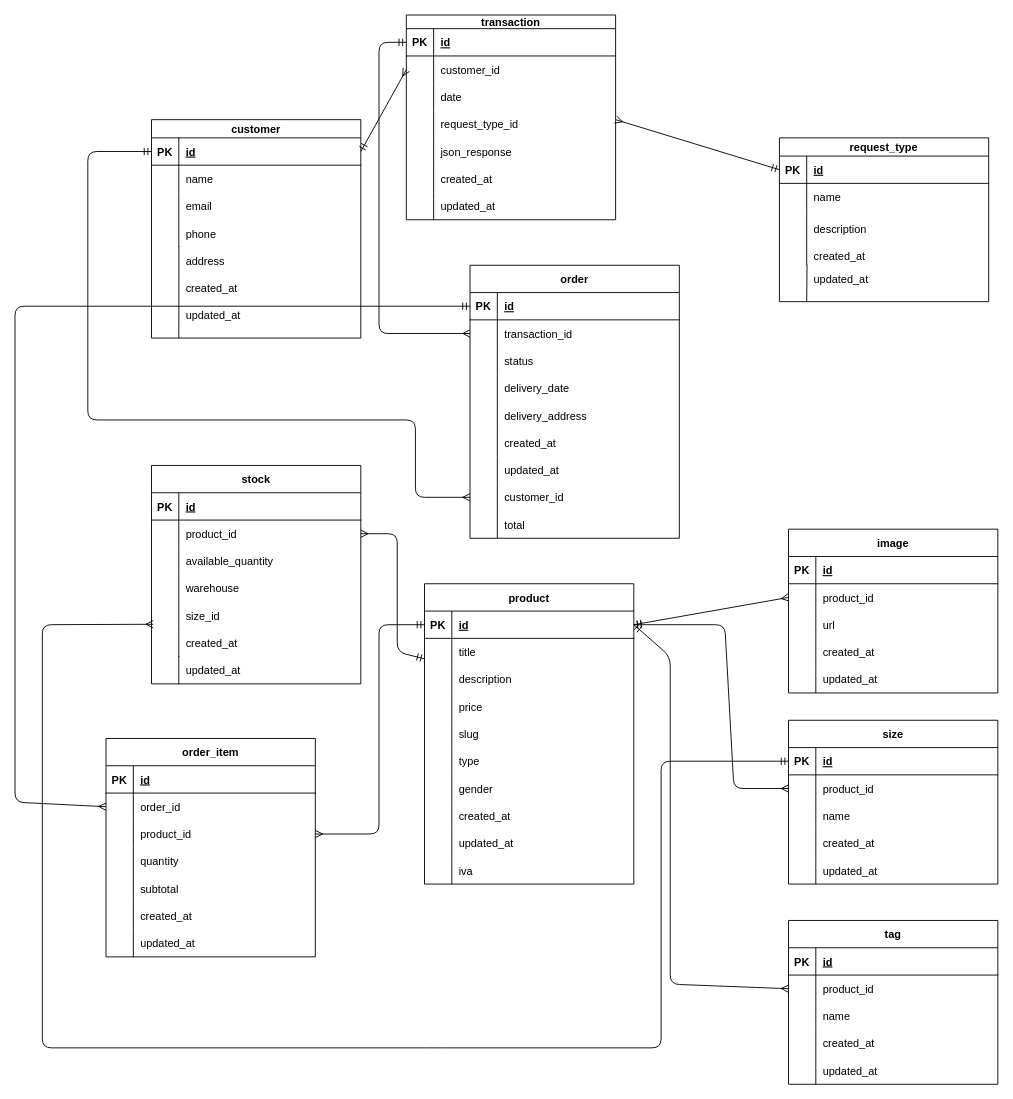
yosee1441/api-wompo-shop keeps this draw.io diagram as ER.drawio. Above is the earlier version. Source tidied: cells renumbered, new cells numbered last; positions are measured from the earlier drawing's top-left corner, leaving out a move shared by most shapes. Both pictures are drawn from the tidied source at 91%, with x=0, y=0 at pixel (15, 15).
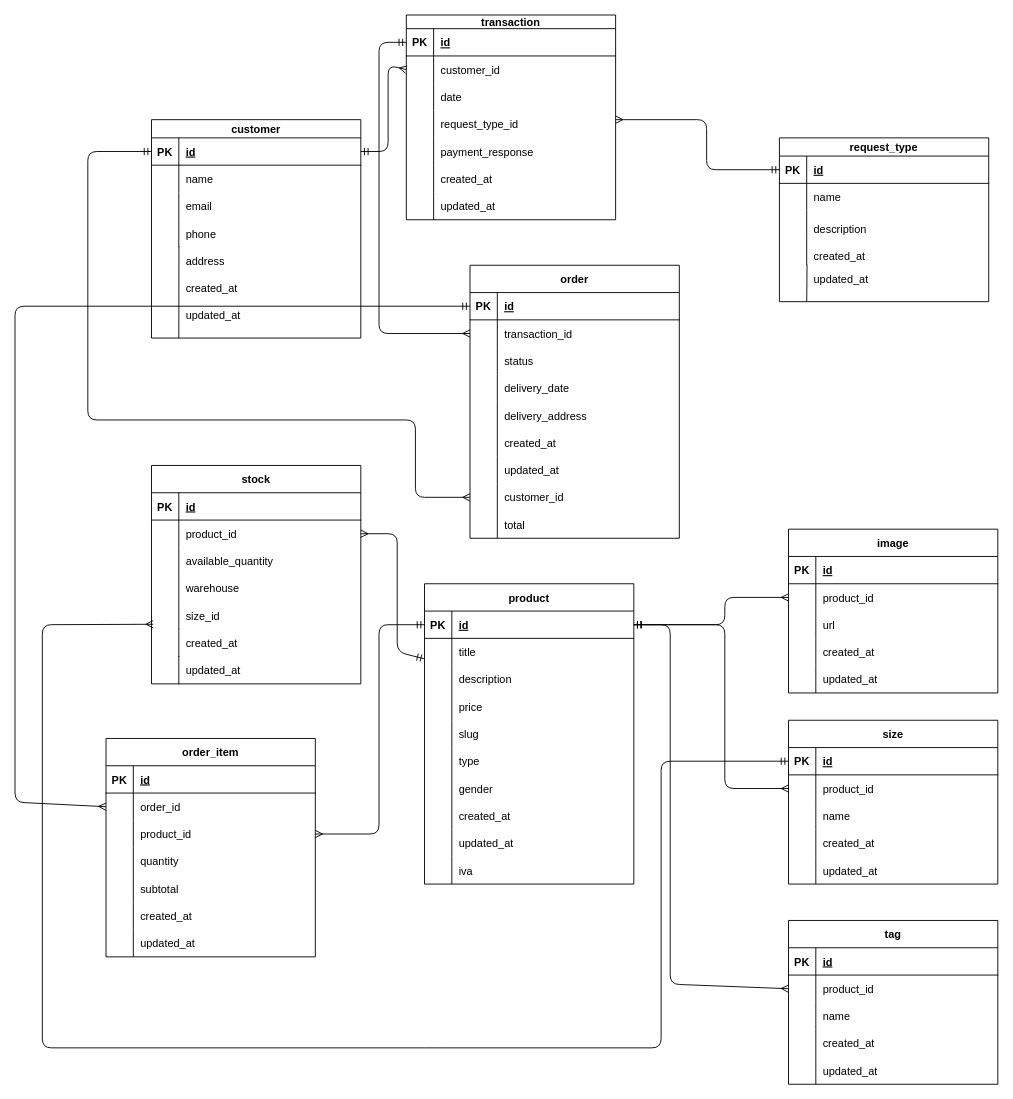
The same page after the edit.

Unchanged cells that the change refers to:
```xml
<mxCell id="3" style="shape=tableRow;horizontal=0;startSize=0;swimlaneHead=0;swimlaneBody=0;fillColor=none;points=[[0,0.5],[1,0.5]];portConstraint=eastwest;top=0;left=0;right=0;bottom=1;" parent="2" vertex="1">
  <mxGeometry y="20" width="230" height="30" as="geometry" />
</mxCell>
<mxCell id="69" style="shape=tableRow;horizontal=0;startSize=0;swimlaneHead=0;swimlaneBody=0;fillColor=none;points=[[0,0.5],[1,0.5]];portConstraint=eastwest;top=0;left=0;right=0;bottom=0;" parent="65" vertex="1">
  <mxGeometry y="45" width="230" height="30" as="geometry" />
</mxCell>
<mxCell id="78" style="shape=tableRow;horizontal=0;startSize=0;swimlaneHead=0;swimlaneBody=0;fillColor=none;top=0;left=0;right=0;bottom=0;" parent="65" vertex="1">
  <mxGeometry y="135" width="230" height="30" as="geometry" />
</mxCell>
<mxCell id="93" style="shape=tableRow;horizontal=0;startSize=0;swimlaneHead=0;swimlaneBody=0;fillColor=none;points=[[0,0.5],[1,0.5]];portConstraint=eastwest;top=0;left=0;right=0;bottom=1;" parent="92" vertex="1">
  <mxGeometry y="20" width="230" height="30" as="geometry" />
</mxCell>
<mxCell id="116" style="shape=tableRow;horizontal=0;startSize=0;swimlaneHead=0;swimlaneBody=0;fillColor=none;points=[[0,0.5],[1,0.5]];portConstraint=eastwest;top=0;left=0;right=0;bottom=1;" parent="115" vertex="1">
  <mxGeometry y="30" width="230" height="30" as="geometry" />
</mxCell>
<mxCell id="150" style="shape=tableRow;horizontal=0;startSize=0;swimlaneHead=0;swimlaneBody=0;fillColor=none;points=[[0,0.5],[1,0.5]];portConstraint=eastwest;top=0;left=0;right=0;bottom=0;" parent="146" vertex="1">
  <mxGeometry y="60" width="230" height="30" as="geometry" />
</mxCell>
<mxCell id="167" style="shape=tableRow;horizontal=0;startSize=0;swimlaneHead=0;swimlaneBody=0;fillColor=none;points=[[0,0.5],[1,0.5]];portConstraint=eastwest;top=0;left=0;right=0;bottom=0;" parent="163" vertex="1">
  <mxGeometry y="60" width="230" height="30" as="geometry" />
</mxCell>
<mxCell id="184" style="shape=tableRow;horizontal=0;startSize=0;swimlaneHead=0;swimlaneBody=0;fillColor=none;points=[[0,0.5],[1,0.5]];portConstraint=eastwest;top=0;left=0;right=0;bottom=0;" parent="180" vertex="1">
  <mxGeometry y="60" width="230" height="30" as="geometry" />
</mxCell>
```

Diff of the diagram source:
```diff
@@
-    <mxCell id="80" value="json_response" style="shape=partialRectangle;fillColor=none;top=0;left=0;bottom=0;right=0;align=left;spacingLeft=6;overflow=hidden;" parent="78" vertex="1">
+    <mxCell id="80" value="payment_response" style="shape=partialRectangle;fillColor=none;top=0;left=0;bottom=0;right=0;align=left;spacingLeft=6;overflow=hidden;" parent="78" vertex="1">
       <mxGeometry x="30" width="200" height="30" as="geometry" />
     </mxCell>
@@
     <mxCell id="87" style="edgeStyle=none;html=1;exitX=1;exitY=0.5;exitDx=0;exitDy=0;entryX=0;entryY=0.5;entryDx=0;entryDy=0;startArrow=ERmandOne;startFill=0;endArrow=ERmany;endFill=0;" parent="1" edge="1" source="3" target="69">
-      <mxGeometry relative="1" as="geometry" />
+      <mxGeometry relative="1" as="geometry">
+        <Array as="points">
+          <mxPoint x="410" y="150" />
+          <mxPoint x="410" y="55" />
+        </Array>
+      </mxGeometry>
     </mxCell>
@@
     <mxCell id="109" style="edgeStyle=none;html=1;exitX=0;exitY=0.5;exitDx=0;exitDy=0;startArrow=ERmandOne;startFill=0;endArrow=ERmany;endFill=0;" parent="1" edge="1" source="93">
       <mxGeometry relative="1" as="geometry">
         <mxPoint x="660" y="115" as="targetPoint" />
+        <Array as="points">
+          <mxPoint x="760" y="170" />
+          <mxPoint x="760" y="115" />
+        </Array>
       </mxGeometry>
     </mxCell>
@@
     <mxCell id="162" style="edgeStyle=none;html=1;exitX=1;exitY=0.5;exitDx=0;exitDy=0;entryX=0;entryY=0.5;entryDx=0;entryDy=0;startArrow=ERmandOne;startFill=0;endArrow=ERmany;endFill=0;" parent="1" edge="1" source="116" target="150">
-      <mxGeometry relative="1" as="geometry" />
+      <mxGeometry relative="1" as="geometry">
+        <Array as="points">
+          <mxPoint x="780" y="670" />
+          <mxPoint x="780" y="640" />
+        </Array>
+      </mxGeometry>
     </mxCell>
@@
     <mxCell id="179" style="edgeStyle=none;html=1;exitX=1;exitY=0.5;exitDx=0;exitDy=0;entryX=0;entryY=0.5;entryDx=0;entryDy=0;startArrow=ERmandOne;startFill=0;endArrow=ERmany;endFill=0;" parent="1" edge="1" source="116" target="167">
       <mxGeometry relative="1" as="geometry">
         <Array as="points">
           <mxPoint x="780" y="670" />
-          <mxPoint x="790" y="850" />
+          <mxPoint x="780" y="850" />
         </Array>
       </mxGeometry>
     </mxCell>
@@
     <mxCell id="196" style="edgeStyle=none;html=1;exitX=1;exitY=0.5;exitDx=0;exitDy=0;entryX=0;entryY=0.5;entryDx=0;entryDy=0;startArrow=ERmandOne;startFill=0;endArrow=ERmany;endFill=0;" parent="1" edge="1" source="116" target="184">
       <mxGeometry relative="1" as="geometry">
         <Array as="points">
-          <mxPoint x="720" y="705" />
+          <mxPoint x="720" y="670" />
           <mxPoint x="720" y="1065" />
         </Array>
       </mxGeometry>
     </mxCell>
```
